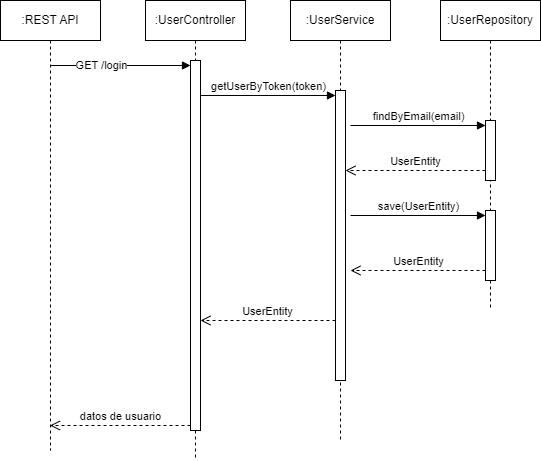
Above: doc/login-secuence-diagram.png in jlcavieres/evalbci (draw.io), before the change. Source tidied: cells renumbered, new cells last; positions are measured from the earlier drawing's top-left corner, leaving out a move shared by most shapes. Source of this version:
```xml
<mxGraphModel>
  <root>
    <mxCell id="0" />
    <mxCell id="1" parent="0" />
    <mxCell id="2" value=":UserController" style="shape=umlLifeline;perimeter=lifelinePerimeter;whiteSpace=wrap;html=1;newEdgeStyle={&quot;curved&quot;:0,&quot;rounded&quot;:0};" parent="1" vertex="1">
      <mxGeometry x="145" width="100" height="460" as="geometry" />
    </mxCell>
    <mxCell id="3" style="html=1;points=[[0,0,0,0,5],[0,1,0,0,-5],[1,0,0,0,5],[1,1,0,0,-5]];perimeter=orthogonalPerimeter;outlineConnect=0;targetShapes=umlLifeline;portConstraint=eastwest;newEdgeStyle={&quot;curved&quot;:0,&quot;rounded&quot;:0};" parent="1" vertex="1">
      <mxGeometry x="190" y="60" width="10" height="370" as="geometry" />
    </mxCell>
    <mxCell id="4" style="html=1;verticalAlign=bottom;endArrow=block;curved=0;rounded=0;entryX=0;entryY=0;entryDx=0;entryDy=5;" parent="1" edge="1" source="15" target="3">
      <mxGeometry relative="1" as="geometry" />
    </mxCell>
    <mxCell id="5" value="GET /login" style="edgeLabel;html=1;align=center;verticalAlign=middle;" parent="4" vertex="1">
      <mxGeometry x="-0.27" y="1" relative="1" as="geometry" />
    </mxCell>
    <mxCell id="6" value="datos de usuario" style="html=1;verticalAlign=bottom;endArrow=open;dashed=1;endSize=8;curved=0;rounded=0;exitX=0;exitY=1;exitDx=0;exitDy=-5;" parent="1" edge="1" source="3" target="15">
      <mxGeometry relative="1" as="geometry" />
    </mxCell>
    <mxCell id="7" value=":UserService" style="shape=umlLifeline;perimeter=lifelinePerimeter;whiteSpace=wrap;html=1;newEdgeStyle={&quot;curved&quot;:0,&quot;rounded&quot;:0};" parent="1" vertex="1">
      <mxGeometry x="290" width="100" height="440" as="geometry" />
    </mxCell>
    <mxCell id="8" style="html=1;points=[[0,0,0,0,5],[0,1,0,0,-5],[1,0,0,0,5],[1,1,0,0,-5]];perimeter=orthogonalPerimeter;outlineConnect=0;targetShapes=umlLifeline;portConstraint=eastwest;newEdgeStyle={&quot;curved&quot;:0,&quot;rounded&quot;:0};" parent="7" vertex="1">
      <mxGeometry x="45" y="90" width="10" height="290" as="geometry" />
    </mxCell>
    <mxCell id="9" value="UserEntity" style="html=1;verticalAlign=bottom;endArrow=open;dashed=1;endSize=8;curved=0;rounded=0;exitX=0;exitY=1;exitDx=0;exitDy=-5;" parent="7" edge="1">
      <mxGeometry relative="1" as="geometry">
        <mxPoint x="45" y="320" as="sourcePoint" />
        <mxPoint x="-90" y="320" as="targetPoint" />
      </mxGeometry>
    </mxCell>
    <mxCell id="10" value=":UserRepository" style="shape=umlLifeline;perimeter=lifelinePerimeter;whiteSpace=wrap;html=1;newEdgeStyle={&quot;curved&quot;:0,&quot;rounded&quot;:0};" parent="1" vertex="1">
      <mxGeometry x="440" width="100" height="310" as="geometry" />
    </mxCell>
    <mxCell id="11" style="html=1;points=[[0,0,0,0,5],[0,1,0,0,-5],[1,0,0,0,5],[1,1,0,0,-5]];perimeter=orthogonalPerimeter;outlineConnect=0;targetShapes=umlLifeline;portConstraint=eastwest;newEdgeStyle={&quot;curved&quot;:0,&quot;rounded&quot;:0};" parent="10" vertex="1">
      <mxGeometry x="45" y="120" width="10" height="60" as="geometry" />
    </mxCell>
    <mxCell id="12" style="html=1;points=[[0,0,0,0,5],[0,1,0,0,-5],[1,0,0,0,5],[1,1,0,0,-5]];perimeter=orthogonalPerimeter;outlineConnect=0;targetShapes=umlLifeline;portConstraint=eastwest;newEdgeStyle={&quot;curved&quot;:0,&quot;rounded&quot;:0};" parent="10" vertex="1">
      <mxGeometry x="45" y="210" width="10" height="70" as="geometry" />
    </mxCell>
    <mxCell id="13" value="save(UserEntity)" style="html=1;verticalAlign=bottom;endArrow=block;curved=0;rounded=0;entryX=0;entryY=0;entryDx=0;entryDy=5;" parent="10" edge="1" target="12">
      <mxGeometry relative="1" as="geometry">
        <mxPoint x="-90" y="215" as="sourcePoint" />
      </mxGeometry>
    </mxCell>
    <mxCell id="14" value="UserEntity" style="html=1;verticalAlign=bottom;endArrow=open;dashed=1;endSize=8;curved=0;rounded=0;exitX=0;exitY=1;exitDx=0;exitDy=-5;" parent="10" edge="1">
      <mxGeometry relative="1" as="geometry">
        <mxPoint x="45" y="270" as="sourcePoint" />
        <mxPoint x="-90" y="270" as="targetPoint" />
      </mxGeometry>
    </mxCell>
    <mxCell id="15" value=":REST API" style="shape=umlLifeline;perimeter=lifelinePerimeter;whiteSpace=wrap;html=1;outlineConnect=0;portConstraint=eastwest;newEdgeStyle={&quot;curved&quot;:0,&quot;rounded&quot;:0};" parent="1" vertex="1">
      <mxGeometry width="100" height="450" as="geometry" />
    </mxCell>
    <mxCell id="16" value="findByEmail(email)" style="html=1;verticalAlign=bottom;endArrow=block;curved=0;rounded=0;entryX=0;entryY=0;entryDx=0;entryDy=5;" parent="1" edge="1" target="11">
      <mxGeometry relative="1" as="geometry">
        <mxPoint x="350" y="125" as="sourcePoint" />
      </mxGeometry>
    </mxCell>
    <mxCell id="17" value="UserEntity" style="html=1;verticalAlign=bottom;endArrow=open;dashed=1;endSize=8;curved=0;rounded=0;exitX=0;exitY=1;exitDx=0;exitDy=-5;" parent="1" edge="1">
      <mxGeometry relative="1" as="geometry">
        <mxPoint x="485" y="170" as="sourcePoint" />
        <mxPoint x="345" y="170" as="targetPoint" />
      </mxGeometry>
    </mxCell>
    <mxCell id="18" value="getUserByToken(token)" style="html=1;verticalAlign=bottom;endArrow=block;curved=0;rounded=0;entryX=0;entryY=0;entryDx=0;entryDy=5;" parent="1" edge="1" source="3" target="8">
      <mxGeometry relative="1" as="geometry" />
    </mxCell>
  </root>
</mxGraphModel>
```
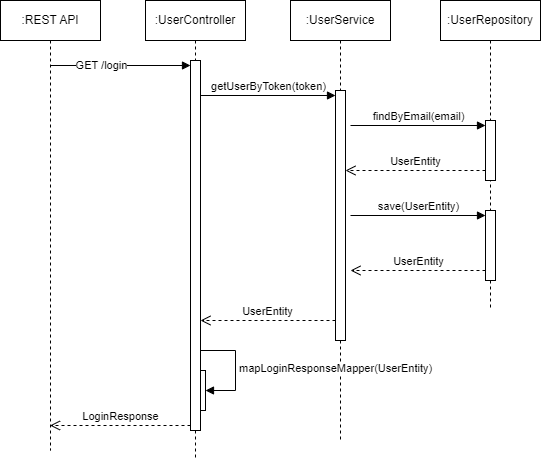
Above is the later version.

Diff of the diagram source:
```diff
@@ -5,6 +5,9 @@
     <mxCell id="2" value=":UserController" style="shape=umlLifeline;perimeter=lifelinePerimeter;whiteSpace=wrap;html=1;newEdgeStyle={&quot;curved&quot;:0,&quot;rounded&quot;:0};" parent="1" vertex="1">
       <mxGeometry x="145" width="100" height="460" as="geometry" />
     </mxCell>
+    <mxCell id="19" style="html=1;points=[[0,0,0,0,5],[0,1,0,0,-5],[1,0,0,0,5],[1,1,0,0,-5]];perimeter=orthogonalPerimeter;outlineConnect=0;targetShapes=umlLifeline;portConstraint=eastwest;newEdgeStyle={&quot;curved&quot;:0,&quot;rounded&quot;:0};" parent="2" vertex="1">
+      <mxGeometry x="50" y="370" width="10" height="40" as="geometry" />
+    </mxCell>
     <mxCell id="3" style="html=1;points=[[0,0,0,0,5],[0,1,0,0,-5],[1,0,0,0,5],[1,1,0,0,-5]];perimeter=orthogonalPerimeter;outlineConnect=0;targetShapes=umlLifeline;portConstraint=eastwest;newEdgeStyle={&quot;curved&quot;:0,&quot;rounded&quot;:0};" parent="1" vertex="1">
       <mxGeometry x="190" y="60" width="10" height="370" as="geometry" />
     </mxCell>
@@ -14,14 +17,14 @@
     <mxCell id="5" value="GET /login" style="edgeLabel;html=1;align=center;verticalAlign=middle;" parent="4" vertex="1">
       <mxGeometry x="-0.27" y="1" relative="1" as="geometry" />
     </mxCell>
-    <mxCell id="6" value="datos de usuario" style="html=1;verticalAlign=bottom;endArrow=open;dashed=1;endSize=8;curved=0;rounded=0;exitX=0;exitY=1;exitDx=0;exitDy=-5;" parent="1" edge="1" source="3" target="15">
+    <mxCell id="6" value="LoginResponse" style="html=1;verticalAlign=bottom;endArrow=open;dashed=1;endSize=8;curved=0;rounded=0;exitX=0;exitY=1;exitDx=0;exitDy=-5;" parent="1" edge="1" source="3" target="15">
       <mxGeometry relative="1" as="geometry" />
     </mxCell>
     <mxCell id="7" value=":UserService" style="shape=umlLifeline;perimeter=lifelinePerimeter;whiteSpace=wrap;html=1;newEdgeStyle={&quot;curved&quot;:0,&quot;rounded&quot;:0};" parent="1" vertex="1">
       <mxGeometry x="290" width="100" height="440" as="geometry" />
     </mxCell>
     <mxCell id="8" style="html=1;points=[[0,0,0,0,5],[0,1,0,0,-5],[1,0,0,0,5],[1,1,0,0,-5]];perimeter=orthogonalPerimeter;outlineConnect=0;targetShapes=umlLifeline;portConstraint=eastwest;newEdgeStyle={&quot;curved&quot;:0,&quot;rounded&quot;:0};" parent="7" vertex="1">
-      <mxGeometry x="45" y="90" width="10" height="290" as="geometry" />
+      <mxGeometry x="45" y="90" width="10" height="250" as="geometry" />
     </mxCell>
     <mxCell id="9" value="UserEntity" style="html=1;verticalAlign=bottom;endArrow=open;dashed=1;endSize=8;curved=0;rounded=0;exitX=0;exitY=1;exitDx=0;exitDy=-5;" parent="7" edge="1">
       <mxGeometry relative="1" as="geometry">
@@ -66,5 +69,13 @@
     <mxCell id="18" value="getUserByToken(token)" style="html=1;verticalAlign=bottom;endArrow=block;curved=0;rounded=0;entryX=0;entryY=0;entryDx=0;entryDy=5;" parent="1" edge="1" source="3" target="8">
       <mxGeometry relative="1" as="geometry" />
     </mxCell>
+    <mxCell id="20" value="mapLoginResponseMapper(UserEntity)" style="html=1;align=left;spacingLeft=2;endArrow=block;rounded=0;edgeStyle=orthogonalEdgeStyle;curved=0;rounded=0;" parent="1" edge="1" source="3" target="19">
+      <mxGeometry relative="1" as="geometry">
+        <Array as="points">
+          <mxPoint x="235" y="350" />
+          <mxPoint x="235" y="390" />
+        </Array>
+      </mxGeometry>
+    </mxCell>
   </root>
 </mxGraphModel>
```
